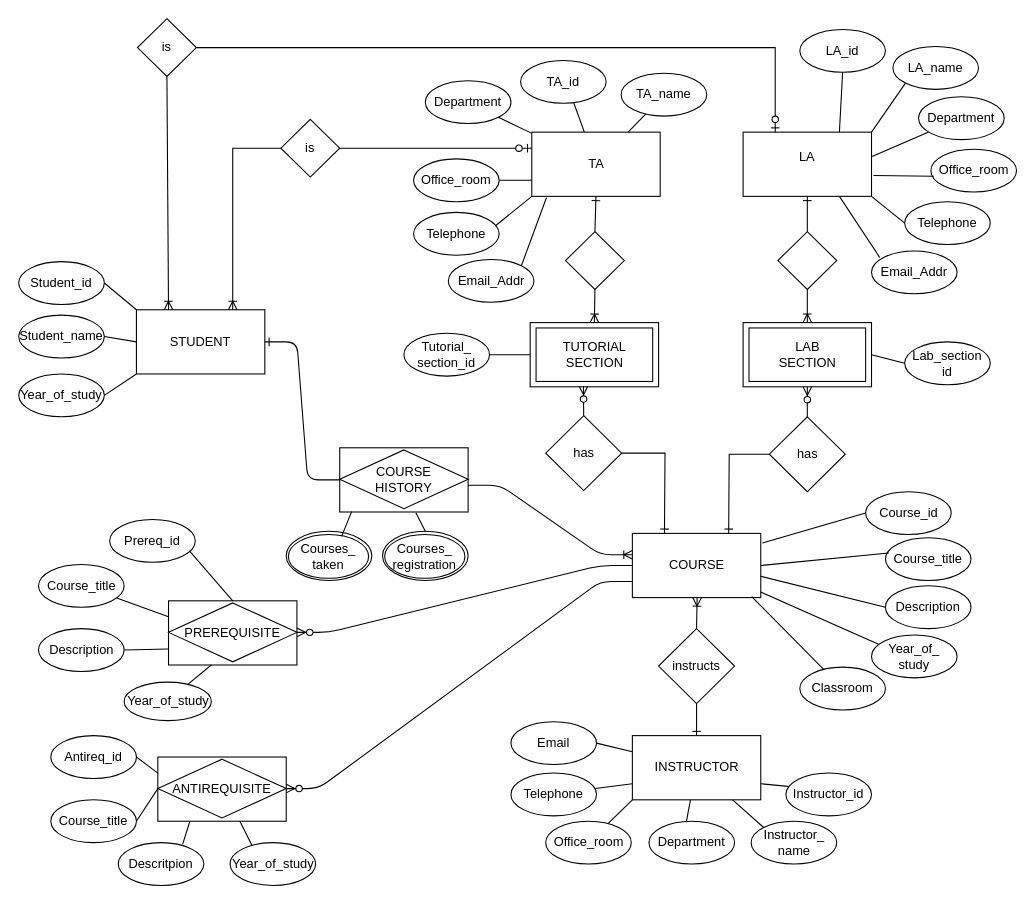
JohnMugambi/Files keeps this draw.io diagram as Untitled Diagram.drawio. Above is the earlier version. Source tidied: cells renumbered, new cells numbered last; positions are measured from the earlier drawing's top-left corner, leaving out a move shared by most shapes. Both pictures are drawn from the tidied source at 107%, with x=0, y=0 at pixel (18, 18).
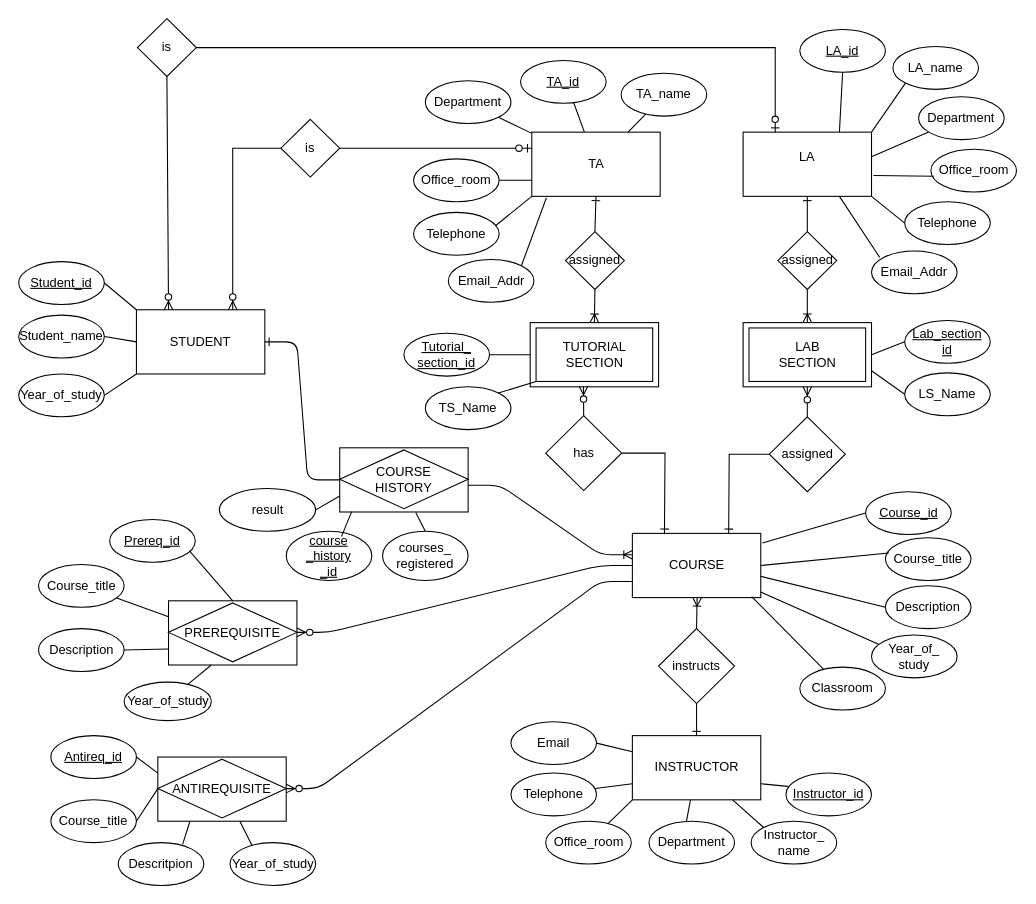
The same diagram, later.

Unchanged cells that the change refers to:
```xml
<mxCell id="15" value="&lt;div&gt;TUTORIAL&lt;/div&gt;&lt;div&gt;SECTION&lt;br&gt;&lt;/div&gt;" style="rounded=0;whiteSpace=wrap;html=1;" parent="1" vertex="1">
  <mxGeometry x="483.5" y="289" width="109" height="50" as="geometry" />
</mxCell>
<mxCell id="16" value="&lt;div&gt;&lt;br&gt;&lt;/div&gt;&lt;div&gt;&lt;br&gt;&lt;/div&gt;" style="rounded=0;whiteSpace=wrap;html=1;" parent="1" vertex="1">
  <mxGeometry x="677" y="284" width="120" height="60" as="geometry" />
</mxCell>
<mxCell id="20" value="is" style="rhombus;whiteSpace=wrap;html=1;" parent="1" vertex="1">
  <mxGeometry x="245" y="94" width="55" height="54" as="geometry" />
</mxCell>
<mxCell id="21" value="is" style="rhombus;whiteSpace=wrap;html=1;" parent="1" vertex="1">
  <mxGeometry x="111" width="55" height="54" as="geometry" />
</mxCell>
<mxCell id="22" value="STUDENT" style="rounded=0;whiteSpace=wrap;html=1;" parent="1" vertex="1">
  <mxGeometry x="110" y="272" width="120" height="60" as="geometry" />
</mxCell>
<mxCell id="27" style="rounded=0;whiteSpace=wrap;html=1;" parent="26" vertex="1">
  <mxGeometry width="120" height="60" as="geometry" />
</mxCell>
<mxCell id="99" style="group;" parent="1" vertex="1">
  <mxGeometry x="340" y="479" width="80" height="46" as="geometry" />
</mxCell>
<mxCell id="102" style="group;" parent="1" vertex="1">
  <mxGeometry x="250" y="479" width="80" height="46" as="geometry" />
</mxCell>
```

Diff of the diagram source:
```diff
@@
-    <mxCell id="5" value="has" style="rhombus;whiteSpace=wrap;html=1;" parent="1" vertex="1">
+    <mxCell id="5" value="assigned" style="rhombus;whiteSpace=wrap;html=1;" parent="1" vertex="1">
       <mxGeometry x="701.5" y="372" width="71" height="70" as="geometry" />
     </mxCell>
-    <mxCell id="6" value="Course_id" style="ellipse;whiteSpace=wrap;html=1;" parent="1" vertex="1">
+    <mxCell id="6" value="&lt;u&gt;Course_id&lt;/u&gt;" style="ellipse;whiteSpace=wrap;html=1;" parent="1" vertex="1">
       <mxGeometry x="791.5" y="442" width="80" height="40" as="geometry" />
     </mxCell>
@@
-    <mxCell id="12" style="rhombus;whiteSpace=wrap;html=1;" parent="1" vertex="1">
+    <mxCell id="12" value="assigned" style="rhombus;whiteSpace=wrap;html=1;" parent="1" vertex="1">
       <mxGeometry x="511" y="199" width="55" height="54" as="geometry" />
     </mxCell>
-    <mxCell id="13" style="rhombus;whiteSpace=wrap;html=1;" parent="1" vertex="1">
+    <mxCell id="13" value="assigned" style="rhombus;whiteSpace=wrap;html=1;" parent="1" vertex="1">
       <mxGeometry x="709.5" y="199" width="55" height="54" as="geometry" />
     </mxCell>
@@
-    <mxCell id="32" value="Student_id" style="ellipse;whiteSpace=wrap;html=1;" parent="1" vertex="1">
+    <mxCell id="32" value="&lt;u&gt;Student_id&lt;/u&gt;" style="ellipse;whiteSpace=wrap;html=1;" parent="1" vertex="1">
       <mxGeometry y="227" width="80" height="40" as="geometry" />
     </mxCell>
@@
-    <mxCell id="40" value="Instructor_id" style="ellipse;whiteSpace=wrap;html=1;" parent="1" vertex="1">
+    <mxCell id="40" value="&lt;u&gt;Instructor_id&lt;/u&gt;" style="ellipse;whiteSpace=wrap;html=1;" parent="1" vertex="1">
       <mxGeometry x="717" y="705" width="80" height="40" as="geometry" />
     </mxCell>
@@
-    <mxCell id="46" value="LA_id" style="ellipse;whiteSpace=wrap;html=1;" parent="1" vertex="1">
+    <mxCell id="46" value="&lt;u&gt;LA_id&lt;/u&gt;" style="ellipse;whiteSpace=wrap;html=1;" parent="1" vertex="1">
       <mxGeometry x="730" y="10" width="80" height="40" as="geometry" />
     </mxCell>
-    <mxCell id="47" value="Lab_section&lt;div&gt;id&lt;br&gt;&lt;/div&gt;" style="ellipse;whiteSpace=wrap;html=1;" parent="1" vertex="1">
-      <mxGeometry x="828" y="302" width="80" height="40" as="geometry" />
+    <mxCell id="47" value="&lt;u&gt;Lab_section&lt;/u&gt;&lt;div&gt;&lt;u&gt;id&lt;br&gt;&lt;/u&gt;&lt;/div&gt;" style="ellipse;whiteSpace=wrap;html=1;" parent="1" vertex="1">
+      <mxGeometry x="828" y="282" width="80" height="40" as="geometry" />
     </mxCell>
-    <mxCell id="48" value="Tutorial_&lt;div&gt;section_id&lt;br&gt;&lt;/div&gt;" style="ellipse;whiteSpace=wrap;html=1;" parent="1" vertex="1">
+    <mxCell id="48" value="&lt;u&gt;Tutorial_&lt;/u&gt;&lt;div&gt;&lt;u&gt;section_id&lt;br&gt;&lt;/u&gt;&lt;/div&gt;" style="ellipse;whiteSpace=wrap;html=1;" parent="1" vertex="1">
       <mxGeometry x="360" y="294" width="80" height="40" as="geometry" />
     </mxCell>
-    <mxCell id="49" value="Prereq_id" style="ellipse;whiteSpace=wrap;html=1;" parent="1" vertex="1">
+    <mxCell id="49" value="&lt;u&gt;Prereq_id&lt;/u&gt;" style="ellipse;whiteSpace=wrap;html=1;" parent="1" vertex="1">
       <mxGeometry x="85" y="468" width="80" height="40" as="geometry" />
     </mxCell>
@@
-    <mxCell id="52" value="Antireq_id" style="ellipse;whiteSpace=wrap;html=1;" parent="1" vertex="1">
+    <mxCell id="52" value="&lt;u&gt;Antireq_id&lt;/u&gt;" style="ellipse;whiteSpace=wrap;html=1;" parent="1" vertex="1">
       <mxGeometry x="30" y="670" width="80" height="40" as="geometry" />
     </mxCell>
@@
-    <mxCell id="62" value="TA_id" style="ellipse;whiteSpace=wrap;html=1;" parent="1" vertex="1">
+    <mxCell id="62" value="&lt;u&gt;TA_id&lt;/u&gt;" style="ellipse;whiteSpace=wrap;html=1;" parent="1" vertex="1">
       <mxGeometry x="469" y="39" width="80" height="40" as="geometry" />
     </mxCell>
@@
-    <mxCell id="100" style="ellipse;whiteSpace=wrap;html=1;" parent="99" vertex="1">
+    <mxCell id="100" value="&lt;div&gt;courses_&lt;/div&gt;&lt;div&gt;registered&lt;br&gt;&lt;/div&gt;" style="ellipse;whiteSpace=wrap;html=1;" parent="99" vertex="1">
       <mxGeometry width="80" height="46" as="geometry" />
     </mxCell>
-    <mxCell id="101" value="&lt;div&gt;Courses_&lt;/div&gt;&lt;div&gt;registration&lt;br&gt;&lt;/div&gt;" style="ellipse;whiteSpace=wrap;html=1;" parent="99" vertex="1">
-      <mxGeometry x="2" y="3" width="75" height="41" as="geometry" />
-    </mxCell>
@@
-    <mxCell id="103" style="ellipse;whiteSpace=wrap;html=1;" parent="102" vertex="1">
+    <mxCell id="103" value="&lt;div&gt;&lt;u&gt;course&lt;/u&gt;&lt;/div&gt;&lt;div&gt;&lt;u&gt;_history&lt;/u&gt;&lt;/div&gt;&lt;div&gt;&lt;u&gt;_id&lt;br&gt;&lt;/u&gt;&lt;/div&gt;" style="ellipse;whiteSpace=wrap;html=1;" parent="102" vertex="1">
       <mxGeometry width="80" height="46" as="geometry" />
     </mxCell>
-    <mxCell id="104" value="&lt;div&gt;Courses_&lt;/div&gt;&lt;div&gt;taken&lt;br&gt;&lt;/div&gt;" style="ellipse;whiteSpace=wrap;html=1;" parent="102" vertex="1">
-      <mxGeometry x="2" y="3" width="75" height="41" as="geometry" />
-    </mxCell>
@@
-    <mxCell id="106" style="endArrow=none;html=1;exitX=0.663;exitY=0.044;exitDx=0;exitDy=0;entryX=0.093;entryY=0.994;entryDx=0;entryDy=0;entryPerimeter=0;exitPerimeter=0;" parent="1" edge="1" source="104" target="27">
-      <mxGeometry relative="1" as="geometry" />
+    <mxCell id="106" style="endArrow=none;html=1;exitX=0.663;exitY=0.044;exitDx=0;exitDy=0;entryX=0.093;entryY=0.994;entryDx=0;entryDy=0;entryPerimeter=0;exitPerimeter=0;" parent="1" edge="1" target="27">
+      <mxGeometry relative="1" as="geometry">
+        <mxPoint x="301.7" y="483.8" as="sourcePoint" />
+      </mxGeometry>
     </mxCell>
@@
-    <mxCell id="122" style="endArrow=ERoneToMany;html=1;rounded=0;exitX=0.5;exitY=1;exitDx=0;exitDy=0;entryX=0.25;entryY=0;entryDx=0;entryDy=0;endFill=0;" parent="1" edge="1" source="21" target="22">
+    <mxCell id="122" style="endArrow=ERzeroToMany;html=1;rounded=0;exitX=0.5;exitY=1;exitDx=0;exitDy=0;entryX=0.25;entryY=0;entryDx=0;entryDy=0;endFill=1;" parent="1" edge="1" source="21" target="22">
       <mxGeometry relative="1" as="geometry" />
     </mxCell>
-    <mxCell id="123" style="endArrow=ERoneToMany;html=1;rounded=0;exitX=0;exitY=0.5;exitDx=0;exitDy=0;entryX=0.75;entryY=0;entryDx=0;entryDy=0;endFill=0;" parent="1" edge="1" source="20" target="22">
+    <mxCell id="123" style="endArrow=ERzeroToMany;html=1;rounded=0;exitX=0;exitY=0.5;exitDx=0;exitDy=0;entryX=0.75;entryY=0;entryDx=0;entryDy=0;endFill=1;" parent="1" edge="1" source="20" target="22">
       <mxGeometry relative="1" as="geometry">
         <Array as="points">
           <mxPoint x="200" y="121" />
         </Array>
       </mxGeometry>
     </mxCell>
@@
+    <mxCell id="125" value="result" style="ellipse;whiteSpace=wrap;html=1;" parent="1" vertex="1">
+      <mxGeometry x="187.5" y="439" width="90" height="40" as="geometry" />
+    </mxCell>
+    <mxCell id="126" style="endArrow=none;html=1;exitX=1;exitY=0.5;exitDx=0;exitDy=0;entryX=0;entryY=0.75;entryDx=0;entryDy=0;" parent="1" edge="1" source="125" target="27">
+      <mxGeometry relative="1" as="geometry" />
+    </mxCell>
+    <mxCell id="127" value="TS_Name" style="ellipse;whiteSpace=wrap;html=1;" parent="1" vertex="1">
+      <mxGeometry x="380" y="344" width="80" height="40" as="geometry" />
+    </mxCell>
+    <mxCell id="128" style="endArrow=none;html=1;exitX=1;exitY=0;exitDx=0;exitDy=0;entryX=0;entryY=1;entryDx=0;entryDy=0;" parent="1" edge="1" source="127" target="15">
+      <mxGeometry relative="1" as="geometry" />
+    </mxCell>
+    <mxCell id="129" value="LS_Name" style="ellipse;whiteSpace=wrap;html=1;" parent="1" vertex="1">
+      <mxGeometry x="828" y="331" width="80" height="40" as="geometry" />
+    </mxCell>
+    <mxCell id="130" style="endArrow=none;html=1;entryX=0;entryY=0.5;entryDx=0;entryDy=0;exitX=1;exitY=0.75;exitDx=0;exitDy=0;" parent="1" edge="1" source="16" target="129">
+      <mxGeometry relative="1" as="geometry" />
+    </mxCell>
```
